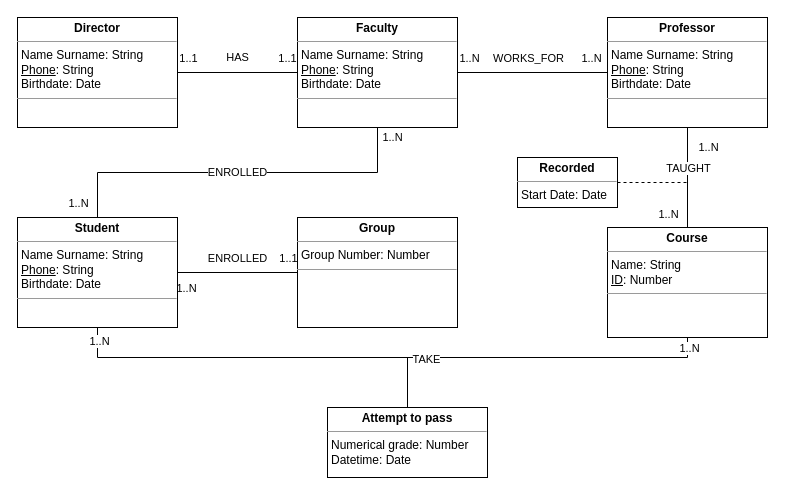
This is week02/ex2.drawio from aalexren/iu-databases, a draw.io file, before an edit. Source tidied: cells renumbered, new cells numbered last; positions are measured from the earlier drawing's top-left corner, leaving out a move shared by most shapes. Both pictures are drawn from the tidied source at 100%, with x=0, y=0 at pixel (17, 17).
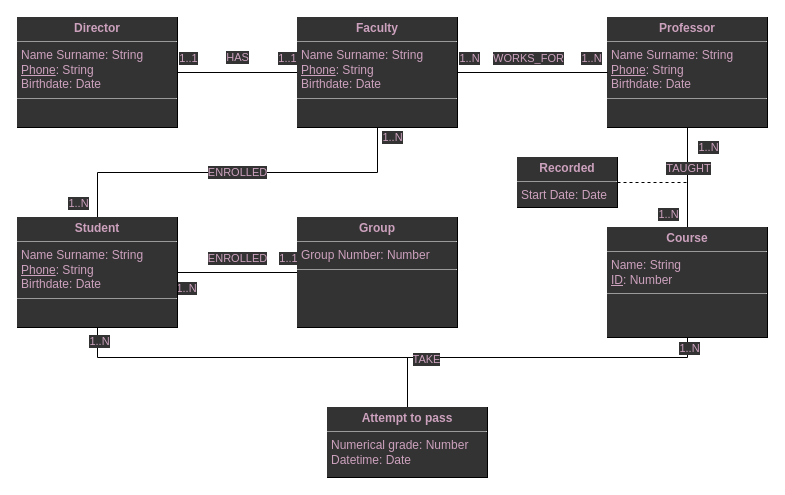
After the change.

Change to the diagram source:
```diff
@@
-    <mxCell id="2" value="HAS" style="edgeStyle=orthogonalEdgeStyle;rounded=0;jettySize=auto;html=1;exitX=1;exitY=0.5;exitDx=0;exitDy=0;entryX=0;entryY=0.5;entryDx=0;entryDy=0;endArrow=none;endFill=0;" parent="1" edge="1" source="5" target="15">
+    <mxCell id="2" value="HAS" style="edgeStyle=orthogonalEdgeStyle;rounded=0;jettySize=auto;html=1;exitX=1;exitY=0.5;exitDx=0;exitDy=0;entryX=0;entryY=0.5;entryDx=0;entryDy=0;endArrow=none;endFill=0;fontColor=#CDA2BE;labelBackgroundColor=#333333;" parent="1" edge="1" source="5" target="15">
       <mxGeometry y="15" relative="1" as="geometry" />
     </mxCell>
-    <mxCell id="3" value="1..1" style="edgeLabel;html=1;align=center;verticalAlign=middle;" parent="2" vertex="1">
+    <mxCell id="3" value="1..1" style="edgeLabel;html=1;align=center;verticalAlign=middle;fontColor=#CDA2BE;labelBackgroundColor=#333333;" parent="2" vertex="1">
       <mxGeometry x="-0.83" y="1" relative="1" as="geometry">
         <mxPoint y="-14" as="offset" />
       </mxGeometry>
     </mxCell>
-    <mxCell id="4" value="1..1" style="edgeLabel;html=1;align=center;verticalAlign=middle;" parent="2" vertex="1">
+    <mxCell id="4" value="1..1" style="edgeLabel;html=1;align=center;verticalAlign=middle;fontColor=#CDA2BE;labelBackgroundColor=#333333;" parent="2" vertex="1">
       <mxGeometry x="0.82" y="1" relative="1" as="geometry">
         <mxPoint y="-14" as="offset" />
       </mxGeometry>
     </mxCell>
-    <mxCell id="5" value="&lt;p style=&quot;margin: 0px ; margin-top: 4px ; text-align: center&quot;&gt;&lt;b&gt;Director&lt;/b&gt;&lt;/p&gt;&lt;hr size=&quot;1&quot;&gt;&lt;p style=&quot;margin: 0px ; margin-left: 4px&quot;&gt;Name Surname: String&lt;/p&gt;&lt;p style=&quot;margin: 0px ; margin-left: 4px&quot;&gt;&lt;u&gt;Phone&lt;/u&gt;: String&lt;/p&gt;&lt;p style=&quot;margin: 0px ; margin-left: 4px&quot;&gt;Birthdate: Date&amp;nbsp;&lt;/p&gt;&lt;hr size=&quot;1&quot;&gt;&lt;p style=&quot;margin: 0px ; margin-left: 4px&quot;&gt;&lt;br&gt;&lt;/p&gt;" style="verticalAlign=top;align=left;overflow=fill;fontSize=12;fontFamily=Helvetica;html=1;" parent="1" vertex="1">
+    <mxCell id="5" value="&lt;p style=&quot;margin: 0px ; margin-top: 4px ; text-align: center&quot;&gt;&lt;b&gt;Director&lt;/b&gt;&lt;/p&gt;&lt;hr size=&quot;1&quot;&gt;&lt;p style=&quot;margin: 0px ; margin-left: 4px&quot;&gt;Name Surname: String&lt;/p&gt;&lt;p style=&quot;margin: 0px ; margin-left: 4px&quot;&gt;&lt;u&gt;Phone&lt;/u&gt;: String&lt;/p&gt;&lt;p style=&quot;margin: 0px ; margin-left: 4px&quot;&gt;Birthdate: Date&amp;nbsp;&lt;/p&gt;&lt;hr size=&quot;1&quot;&gt;&lt;p style=&quot;margin: 0px ; margin-left: 4px&quot;&gt;&lt;br&gt;&lt;/p&gt;" style="verticalAlign=top;align=left;overflow=fill;fontSize=12;fontFamily=Helvetica;html=1;fontColor=#CDA2BE;labelBackgroundColor=#333333;" parent="1" vertex="1">
       <mxGeometry width="160" height="110" as="geometry" />
     </mxCell>
-    <mxCell id="6" style="edgeStyle=orthogonalEdgeStyle;rounded=0;jettySize=auto;html=1;endArrow=none;endFill=0;" parent="1" edge="1" source="10" target="28">
+    <mxCell id="6" style="edgeStyle=orthogonalEdgeStyle;rounded=0;jettySize=auto;html=1;endArrow=none;endFill=0;fontColor=#CDA2BE;labelBackgroundColor=#333333;" parent="1" edge="1" source="10" target="28">
       <mxGeometry relative="1" as="geometry" />
     </mxCell>
-    <mxCell id="7" value="TAUGHT" style="edgeLabel;html=1;align=center;verticalAlign=middle;" parent="6" vertex="1">
+    <mxCell id="7" value="TAUGHT" style="edgeLabel;html=1;align=center;verticalAlign=middle;fontColor=#CDA2BE;labelBackgroundColor=#333333;" parent="6" vertex="1">
       <mxGeometry x="-0.1" y="2" relative="1" as="geometry">
         <mxPoint x="-2" y="-5" as="offset" />
       </mxGeometry>
     </mxCell>
-    <mxCell id="8" value="1..N" style="edgeLabel;html=1;align=center;verticalAlign=middle;" parent="6" vertex="1">
+    <mxCell id="8" value="1..N" style="edgeLabel;html=1;align=center;verticalAlign=middle;fontColor=#CDA2BE;labelBackgroundColor=#333333;" parent="6" vertex="1">
       <mxGeometry x="-0.62" y="1" relative="1" as="geometry">
         <mxPoint x="19" as="offset" />
       </mxGeometry>
     </mxCell>
-    <mxCell id="9" value="1..N" style="edgeLabel;html=1;align=center;verticalAlign=middle;" parent="6" vertex="1">
+    <mxCell id="9" value="1..N" style="edgeLabel;html=1;align=center;verticalAlign=middle;fontColor=#CDA2BE;labelBackgroundColor=#333333;" parent="6" vertex="1">
       <mxGeometry x="0.72" y="1" relative="1" as="geometry">
         <mxPoint x="-21" as="offset" />
       </mxGeometry>
     </mxCell>
-    <mxCell id="10" value="&lt;p style=&quot;margin: 0px ; margin-top: 4px ; text-align: center&quot;&gt;&lt;b&gt;Professor&lt;/b&gt;&lt;/p&gt;&lt;hr size=&quot;1&quot;&gt;&lt;p style=&quot;margin: 0px ; margin-left: 4px&quot;&gt;Name Surname: String&lt;/p&gt;&lt;p style=&quot;margin: 0px ; margin-left: 4px&quot;&gt;&lt;u&gt;Phone&lt;/u&gt;: String&lt;/p&gt;&lt;p style=&quot;margin: 0px ; margin-left: 4px&quot;&gt;Birthdate: Date&lt;/p&gt;&lt;hr size=&quot;1&quot;&gt;&lt;p style=&quot;margin: 0px ; margin-left: 4px&quot;&gt;&lt;br&gt;&lt;/p&gt;" style="verticalAlign=top;align=left;overflow=fill;fontSize=12;fontFamily=Helvetica;html=1;" parent="1" vertex="1">
+    <mxCell id="10" value="&lt;p style=&quot;margin: 0px ; margin-top: 4px ; text-align: center&quot;&gt;&lt;b&gt;Professor&lt;/b&gt;&lt;/p&gt;&lt;hr size=&quot;1&quot;&gt;&lt;p style=&quot;margin: 0px ; margin-left: 4px&quot;&gt;Name Surname: String&lt;/p&gt;&lt;p style=&quot;margin: 0px ; margin-left: 4px&quot;&gt;&lt;u&gt;Phone&lt;/u&gt;: String&lt;/p&gt;&lt;p style=&quot;margin: 0px ; margin-left: 4px&quot;&gt;Birthdate: Date&lt;/p&gt;&lt;hr size=&quot;1&quot;&gt;&lt;p style=&quot;margin: 0px ; margin-left: 4px&quot;&gt;&lt;br&gt;&lt;/p&gt;" style="verticalAlign=top;align=left;overflow=fill;fontSize=12;fontFamily=Helvetica;html=1;fontColor=#CDA2BE;labelBackgroundColor=#333333;" parent="1" vertex="1">
       <mxGeometry x="590" width="160" height="110" as="geometry" />
     </mxCell>
-    <mxCell id="11" style="edgeStyle=orthogonalEdgeStyle;rounded=0;jettySize=auto;html=1;exitX=1;exitY=0.5;exitDx=0;exitDy=0;entryX=0;entryY=0.5;entryDx=0;entryDy=0;endArrow=none;endFill=0;" parent="1" edge="1" source="15" target="10">
+    <mxCell id="11" style="edgeStyle=orthogonalEdgeStyle;rounded=0;jettySize=auto;html=1;exitX=1;exitY=0.5;exitDx=0;exitDy=0;entryX=0;entryY=0.5;entryDx=0;entryDy=0;endArrow=none;endFill=0;fontColor=#CDA2BE;labelBackgroundColor=#333333;" parent="1" edge="1" source="15" target="10">
       <mxGeometry relative="1" as="geometry" />
     </mxCell>
-    <mxCell id="12" value="WORKS_FOR" style="edgeLabel;html=1;align=center;verticalAlign=middle;" parent="11" vertex="1">
+    <mxCell id="12" value="WORKS_FOR" style="edgeLabel;html=1;align=center;verticalAlign=middle;fontColor=#CDA2BE;labelBackgroundColor=#333333;" parent="11" vertex="1">
       <mxGeometry x="-0.9" y="1" relative="1" as="geometry">
         <mxPoint x="63" y="-14" as="offset" />
       </mxGeometry>
     </mxCell>
-    <mxCell id="13" value="1..N" style="edgeLabel;html=1;align=center;verticalAlign=middle;" parent="11" vertex="1">
+    <mxCell id="13" value="1..N" style="edgeLabel;html=1;align=center;verticalAlign=middle;fontColor=#CDA2BE;labelBackgroundColor=#333333;" parent="11" vertex="1">
       <mxGeometry x="-0.85" y="3" relative="1" as="geometry">
         <mxPoint y="-12" as="offset" />
       </mxGeometry>
     </mxCell>
-    <mxCell id="14" value="1..N" style="edgeLabel;html=1;align=center;verticalAlign=middle;" parent="11" vertex="1">
+    <mxCell id="14" value="1..N" style="edgeLabel;html=1;align=center;verticalAlign=middle;fontColor=#CDA2BE;labelBackgroundColor=#333333;" parent="11" vertex="1">
       <mxGeometry x="0.77" y="1" relative="1" as="geometry">
         <mxPoint y="-14" as="offset" />
       </mxGeometry>
     </mxCell>
-    <mxCell id="15" value="&lt;p style=&quot;margin: 0px ; margin-top: 4px ; text-align: center&quot;&gt;&lt;b&gt;Faculty&lt;/b&gt;&lt;/p&gt;&lt;hr size=&quot;1&quot;&gt;&lt;p style=&quot;margin: 0px ; margin-left: 4px&quot;&gt;Name Surname: String&lt;/p&gt;&lt;p style=&quot;margin: 0px ; margin-left: 4px&quot;&gt;&lt;u&gt;Phone&lt;/u&gt;: String&lt;/p&gt;&lt;p style=&quot;margin: 0px ; margin-left: 4px&quot;&gt;Birthdate: Date&lt;/p&gt;&lt;hr size=&quot;1&quot;&gt;&lt;p style=&quot;margin: 0px ; margin-left: 4px&quot;&gt;&lt;br&gt;&lt;/p&gt;" style="verticalAlign=top;align=left;overflow=fill;fontSize=12;fontFamily=Helvetica;html=1;" parent="1" vertex="1">
+    <mxCell id="15" value="&lt;p style=&quot;margin: 0px ; margin-top: 4px ; text-align: center&quot;&gt;&lt;b&gt;Faculty&lt;/b&gt;&lt;/p&gt;&lt;hr size=&quot;1&quot;&gt;&lt;p style=&quot;margin: 0px ; margin-left: 4px&quot;&gt;Name Surname: String&lt;/p&gt;&lt;p style=&quot;margin: 0px ; margin-left: 4px&quot;&gt;&lt;u&gt;Phone&lt;/u&gt;: String&lt;/p&gt;&lt;p style=&quot;margin: 0px ; margin-left: 4px&quot;&gt;Birthdate: Date&lt;/p&gt;&lt;hr size=&quot;1&quot;&gt;&lt;p style=&quot;margin: 0px ; margin-left: 4px&quot;&gt;&lt;br&gt;&lt;/p&gt;" style="verticalAlign=top;align=left;overflow=fill;fontSize=12;fontFamily=Helvetica;html=1;fontColor=#CDA2BE;labelBackgroundColor=#333333;" parent="1" vertex="1">
       <mxGeometry x="280" width="160" height="110" as="geometry" />
     </mxCell>
-    <mxCell id="16" style="edgeStyle=orthogonalEdgeStyle;rounded=0;jettySize=auto;html=1;exitX=1;exitY=0.5;exitDx=0;exitDy=0;entryX=0;entryY=0.5;entryDx=0;entryDy=0;endArrow=none;endFill=0;" parent="1" edge="1" source="27" target="29">
+    <mxCell id="16" style="edgeStyle=orthogonalEdgeStyle;rounded=0;jettySize=auto;html=1;exitX=1;exitY=0.5;exitDx=0;exitDy=0;entryX=0;entryY=0.5;entryDx=0;entryDy=0;endArrow=none;endFill=0;fontColor=#CDA2BE;labelBackgroundColor=#333333;" parent="1" edge="1" source="27" target="29">
       <mxGeometry relative="1" as="geometry" />
     </mxCell>
-    <mxCell id="17" value="ENROLLED" style="edgeLabel;html=1;align=center;verticalAlign=middle;" parent="16" vertex="1">
+    <mxCell id="17" value="ENROLLED" style="edgeLabel;html=1;align=center;verticalAlign=middle;fontColor=#CDA2BE;labelBackgroundColor=#333333;" parent="16" vertex="1">
       <mxGeometry x="-0.02" y="1" relative="1" as="geometry">
         <mxPoint y="-14" as="offset" />
       </mxGeometry>
     </mxCell>
-    <mxCell id="18" value="1..N" style="edgeLabel;html=1;align=center;verticalAlign=middle;" parent="16" vertex="1">
+    <mxCell id="18" value="1..N" style="edgeLabel;html=1;align=center;verticalAlign=middle;fontColor=#CDA2BE;labelBackgroundColor=#333333;" parent="16" vertex="1">
       <mxGeometry x="-0.87" y="-2" relative="1" as="geometry">
         <mxPoint y="13" as="offset" />
       </mxGeometry>
     </mxCell>
-    <mxCell id="19" value="1..1" style="edgeLabel;html=1;align=center;verticalAlign=middle;" parent="16" vertex="1">
+    <mxCell id="19" value="1..1" style="edgeLabel;html=1;align=center;verticalAlign=middle;fontColor=#CDA2BE;labelBackgroundColor=#333333;" parent="16" vertex="1">
       <mxGeometry x="0.9" relative="1" as="geometry">
         <mxPoint x="-4" y="-15" as="offset" />
       </mxGeometry>
     </mxCell>
-    <mxCell id="20" value="ENROLLED" style="edgeStyle=orthogonalEdgeStyle;rounded=0;jettySize=auto;html=1;exitX=0.5;exitY=0;exitDx=0;exitDy=0;entryX=0.5;entryY=1;entryDx=0;entryDy=0;endArrow=none;endFill=0;" parent="1" edge="1" source="27" target="15">
+    <mxCell id="20" value="ENROLLED" style="edgeStyle=orthogonalEdgeStyle;rounded=0;jettySize=auto;html=1;exitX=0.5;exitY=0;exitDx=0;exitDy=0;entryX=0.5;entryY=1;entryDx=0;entryDy=0;endArrow=none;endFill=0;fontColor=#CDA2BE;labelBackgroundColor=#333333;" parent="1" edge="1" source="27" target="15">
       <mxGeometry relative="1" as="geometry" />
     </mxCell>
-    <mxCell id="21" value="1..N" style="edgeLabel;html=1;align=center;verticalAlign=middle;" parent="20" vertex="1">
+    <mxCell id="21" value="1..N" style="edgeLabel;html=1;align=center;verticalAlign=middle;fontColor=#CDA2BE;labelBackgroundColor=#333333;" parent="20" vertex="1">
       <mxGeometry x="-0.92" relative="1" as="geometry">
         <mxPoint x="-20" as="offset" />
       </mxGeometry>
     </mxCell>
-    <mxCell id="22" value="1..N" style="edgeLabel;html=1;align=center;verticalAlign=middle;" parent="20" vertex="1">
+    <mxCell id="22" value="1..N" style="edgeLabel;html=1;align=center;verticalAlign=middle;fontColor=#CDA2BE;labelBackgroundColor=#333333;" parent="20" vertex="1">
       <mxGeometry x="0.95" y="-1" relative="1" as="geometry">
         <mxPoint x="13" as="offset" />
       </mxGeometry>
     </mxCell>
-    <mxCell id="23" style="edgeStyle=orthogonalEdgeStyle;rounded=0;jettySize=auto;html=1;exitX=0.5;exitY=1;exitDx=0;exitDy=0;entryX=0.5;entryY=1;entryDx=0;entryDy=0;endArrow=none;endFill=0;" parent="1" edge="1" source="27" target="28">
+    <mxCell id="23" style="edgeStyle=orthogonalEdgeStyle;rounded=0;jettySize=auto;html=1;exitX=0.5;exitY=1;exitDx=0;exitDy=0;entryX=0.5;entryY=1;entryDx=0;entryDy=0;endArrow=none;endFill=0;fontColor=#CDA2BE;labelBackgroundColor=#333333;" parent="1" edge="1" source="27" target="28">
       <mxGeometry relative="1" as="geometry" />
     </mxCell>
-    <mxCell id="24" value="TAKE" style="edgeLabel;html=1;align=center;verticalAlign=middle;" parent="23" vertex="1">
+    <mxCell id="24" value="TAKE" style="edgeLabel;html=1;align=center;verticalAlign=middle;fontColor=#CDA2BE;labelBackgroundColor=#333333;" parent="23" vertex="1">
       <mxGeometry x="0.07" y="-1" relative="1" as="geometry">
         <mxPoint x="16" as="offset" />
       </mxGeometry>
     </mxCell>
-    <mxCell id="25" value="1..N" style="edgeLabel;html=1;align=center;verticalAlign=middle;" parent="23" vertex="1">
+    <mxCell id="25" value="1..N" style="edgeLabel;html=1;align=center;verticalAlign=middle;fontColor=#CDA2BE;labelBackgroundColor=#333333;" parent="23" vertex="1">
       <mxGeometry x="-0.96" y="1" relative="1" as="geometry" />
     </mxCell>
-    <mxCell id="26" value="1..N" style="edgeLabel;html=1;align=center;verticalAlign=middle;" parent="23" vertex="1">
+    <mxCell id="26" value="1..N" style="edgeLabel;html=1;align=center;verticalAlign=middle;fontColor=#CDA2BE;labelBackgroundColor=#333333;" parent="23" vertex="1">
       <mxGeometry x="0.97" y="-1" relative="1" as="geometry" />
     </mxCell>
-    <mxCell id="27" value="&lt;p style=&quot;margin: 0px ; margin-top: 4px ; text-align: center&quot;&gt;&lt;b&gt;Student&lt;/b&gt;&lt;/p&gt;&lt;hr size=&quot;1&quot;&gt;&lt;p style=&quot;margin: 0px ; margin-left: 4px&quot;&gt;Name Surname: String&lt;/p&gt;&lt;p style=&quot;margin: 0px ; margin-left: 4px&quot;&gt;&lt;u&gt;Phone&lt;/u&gt;: String&lt;/p&gt;&lt;p style=&quot;margin: 0px ; margin-left: 4px&quot;&gt;Birthdate: Date&lt;/p&gt;&lt;hr size=&quot;1&quot;&gt;&lt;p style=&quot;margin: 0px ; margin-left: 4px&quot;&gt;&lt;br&gt;&lt;/p&gt;" style="verticalAlign=top;align=left;overflow=fill;fontSize=12;fontFamily=Helvetica;html=1;" parent="1" vertex="1">
+    <mxCell id="27" value="&lt;p style=&quot;margin: 0px ; margin-top: 4px ; text-align: center&quot;&gt;&lt;b&gt;Student&lt;/b&gt;&lt;/p&gt;&lt;hr size=&quot;1&quot;&gt;&lt;p style=&quot;margin: 0px ; margin-left: 4px&quot;&gt;Name Surname: String&lt;/p&gt;&lt;p style=&quot;margin: 0px ; margin-left: 4px&quot;&gt;&lt;u&gt;Phone&lt;/u&gt;: String&lt;/p&gt;&lt;p style=&quot;margin: 0px ; margin-left: 4px&quot;&gt;Birthdate: Date&lt;/p&gt;&lt;hr size=&quot;1&quot;&gt;&lt;p style=&quot;margin: 0px ; margin-left: 4px&quot;&gt;&lt;br&gt;&lt;/p&gt;" style="verticalAlign=top;align=left;overflow=fill;fontSize=12;fontFamily=Helvetica;html=1;fontColor=#CDA2BE;labelBackgroundColor=#333333;" parent="1" vertex="1">
       <mxGeometry y="200" width="160" height="110" as="geometry" />
     </mxCell>
-    <mxCell id="28" value="&lt;p style=&quot;margin: 0px ; margin-top: 4px ; text-align: center&quot;&gt;&lt;b&gt;Course&lt;/b&gt;&lt;/p&gt;&lt;hr size=&quot;1&quot;&gt;&lt;p style=&quot;margin: 0px ; margin-left: 4px&quot;&gt;Name: String&lt;/p&gt;&lt;p style=&quot;margin: 0px ; margin-left: 4px&quot;&gt;&lt;u&gt;ID&lt;/u&gt;: Number&lt;/p&gt;&lt;hr size=&quot;1&quot;&gt;&lt;p style=&quot;margin: 0px ; margin-left: 4px&quot;&gt;&lt;br&gt;&lt;/p&gt;" style="verticalAlign=top;align=left;overflow=fill;fontSize=12;fontFamily=Helvetica;html=1;" parent="1" vertex="1">
+    <mxCell id="28" value="&lt;p style=&quot;margin: 0px ; margin-top: 4px ; text-align: center&quot;&gt;&lt;b&gt;Course&lt;/b&gt;&lt;/p&gt;&lt;hr size=&quot;1&quot;&gt;&lt;p style=&quot;margin: 0px ; margin-left: 4px&quot;&gt;Name: String&lt;/p&gt;&lt;p style=&quot;margin: 0px ; margin-left: 4px&quot;&gt;&lt;u&gt;ID&lt;/u&gt;: Number&lt;/p&gt;&lt;hr size=&quot;1&quot;&gt;&lt;p style=&quot;margin: 0px ; margin-left: 4px&quot;&gt;&lt;br&gt;&lt;/p&gt;" style="verticalAlign=top;align=left;overflow=fill;fontSize=12;fontFamily=Helvetica;html=1;fontColor=#CDA2BE;labelBackgroundColor=#333333;" parent="1" vertex="1">
       <mxGeometry x="590" y="210" width="160" height="110" as="geometry" />
     </mxCell>
-    <mxCell id="29" value="&lt;p style=&quot;margin: 0px ; margin-top: 4px ; text-align: center&quot;&gt;&lt;b&gt;Group&lt;/b&gt;&lt;/p&gt;&lt;hr size=&quot;1&quot;&gt;&lt;p style=&quot;margin: 0px ; margin-left: 4px&quot;&gt;Group Number: Number&lt;/p&gt;&lt;hr size=&quot;1&quot;&gt;&lt;p style=&quot;margin: 0px ; margin-left: 4px&quot;&gt;&lt;br&gt;&lt;/p&gt;" style="verticalAlign=top;align=left;overflow=fill;fontSize=12;fontFamily=Helvetica;html=1;" parent="1" vertex="1">
+    <mxCell id="29" value="&lt;p style=&quot;margin: 0px ; margin-top: 4px ; text-align: center&quot;&gt;&lt;b&gt;Group&lt;/b&gt;&lt;/p&gt;&lt;hr size=&quot;1&quot;&gt;&lt;p style=&quot;margin: 0px ; margin-left: 4px&quot;&gt;Group Number: Number&lt;/p&gt;&lt;hr size=&quot;1&quot;&gt;&lt;p style=&quot;margin: 0px ; margin-left: 4px&quot;&gt;&lt;br&gt;&lt;/p&gt;" style="verticalAlign=top;align=left;overflow=fill;fontSize=12;fontFamily=Helvetica;html=1;fontColor=#CDA2BE;labelBackgroundColor=#333333;" parent="1" vertex="1">
       <mxGeometry x="280" y="200" width="160" height="110" as="geometry" />
     </mxCell>
-    <mxCell id="30" style="edgeStyle=orthogonalEdgeStyle;rounded=0;jettySize=auto;html=1;exitX=1;exitY=0.5;exitDx=0;exitDy=0;endArrow=none;endFill=0;dashed=1;" parent="1" edge="1" source="31">
+    <mxCell id="30" style="edgeStyle=orthogonalEdgeStyle;rounded=0;jettySize=auto;html=1;exitX=1;exitY=0.5;exitDx=0;exitDy=0;endArrow=none;endFill=0;dashed=1;fontColor=#CDA2BE;labelBackgroundColor=#333333;" parent="1" edge="1" source="31">
       <mxGeometry relative="1" as="geometry">
         <mxPoint x="670" y="165" as="targetPoint" />
       </mxGeometry>
     </mxCell>
-    <mxCell id="31" value="&lt;p style=&quot;margin: 0px ; margin-top: 4px ; text-align: center&quot;&gt;&lt;b&gt;Recorded&lt;/b&gt;&lt;/p&gt;&lt;hr size=&quot;1&quot;&gt;&lt;p style=&quot;margin: 0px ; margin-left: 4px&quot;&gt;Start Date: Date&lt;/p&gt;&lt;p style=&quot;margin: 0px ; margin-left: 4px&quot;&gt;&lt;br&gt;&lt;/p&gt;" style="verticalAlign=top;align=left;overflow=fill;fontSize=12;fontFamily=Helvetica;html=1;" parent="1" vertex="1">
+    <mxCell id="31" value="&lt;p style=&quot;margin: 0px ; margin-top: 4px ; text-align: center&quot;&gt;&lt;b&gt;Recorded&lt;/b&gt;&lt;/p&gt;&lt;hr size=&quot;1&quot;&gt;&lt;p style=&quot;margin: 0px ; margin-left: 4px&quot;&gt;Start Date: Date&lt;/p&gt;&lt;p style=&quot;margin: 0px ; margin-left: 4px&quot;&gt;&lt;br&gt;&lt;/p&gt;" style="verticalAlign=top;align=left;overflow=fill;fontSize=12;fontFamily=Helvetica;html=1;fontColor=#CDA2BE;labelBackgroundColor=#333333;" parent="1" vertex="1">
       <mxGeometry x="500" y="140" width="100" height="50" as="geometry" />
     </mxCell>
-    <mxCell id="32" style="edgeStyle=orthogonalEdgeStyle;rounded=0;jettySize=auto;html=1;exitX=0.5;exitY=0;exitDx=0;exitDy=0;endArrow=none;endFill=0;" parent="1" edge="1" source="33">
+    <mxCell id="32" style="edgeStyle=orthogonalEdgeStyle;rounded=0;jettySize=auto;html=1;exitX=0.5;exitY=0;exitDx=0;exitDy=0;endArrow=none;endFill=0;fontColor=#CDA2BE;labelBackgroundColor=#333333;" parent="1" edge="1" source="33">
       <mxGeometry relative="1" as="geometry">
         <mxPoint x="390" y="340" as="targetPoint" />
       </mxGeometry>
     </mxCell>
-    <mxCell id="33" value="&lt;p style=&quot;margin: 0px ; margin-top: 4px ; text-align: center&quot;&gt;&lt;b&gt;Attempt to pass&lt;/b&gt;&lt;/p&gt;&lt;hr size=&quot;1&quot;&gt;&lt;p style=&quot;margin: 0px ; margin-left: 4px&quot;&gt;Numerical grade: Number&lt;/p&gt;&lt;p style=&quot;margin: 0px ; margin-left: 4px&quot;&gt;Datetime: Date&lt;/p&gt;" style="verticalAlign=top;align=left;overflow=fill;fontSize=12;fontFamily=Helvetica;html=1;" parent="1" vertex="1">
+    <mxCell id="33" value="&lt;p style=&quot;margin: 0px ; margin-top: 4px ; text-align: center&quot;&gt;&lt;b&gt;Attempt to pass&lt;/b&gt;&lt;/p&gt;&lt;hr size=&quot;1&quot;&gt;&lt;p style=&quot;margin: 0px ; margin-left: 4px&quot;&gt;Numerical grade: Number&lt;/p&gt;&lt;p style=&quot;margin: 0px ; margin-left: 4px&quot;&gt;Datetime: Date&lt;/p&gt;" style="verticalAlign=top;align=left;overflow=fill;fontSize=12;fontFamily=Helvetica;html=1;fontColor=#CDA2BE;labelBackgroundColor=#333333;" parent="1" vertex="1">
       <mxGeometry x="310" y="390" width="160" height="70" as="geometry" />
     </mxCell>
```
